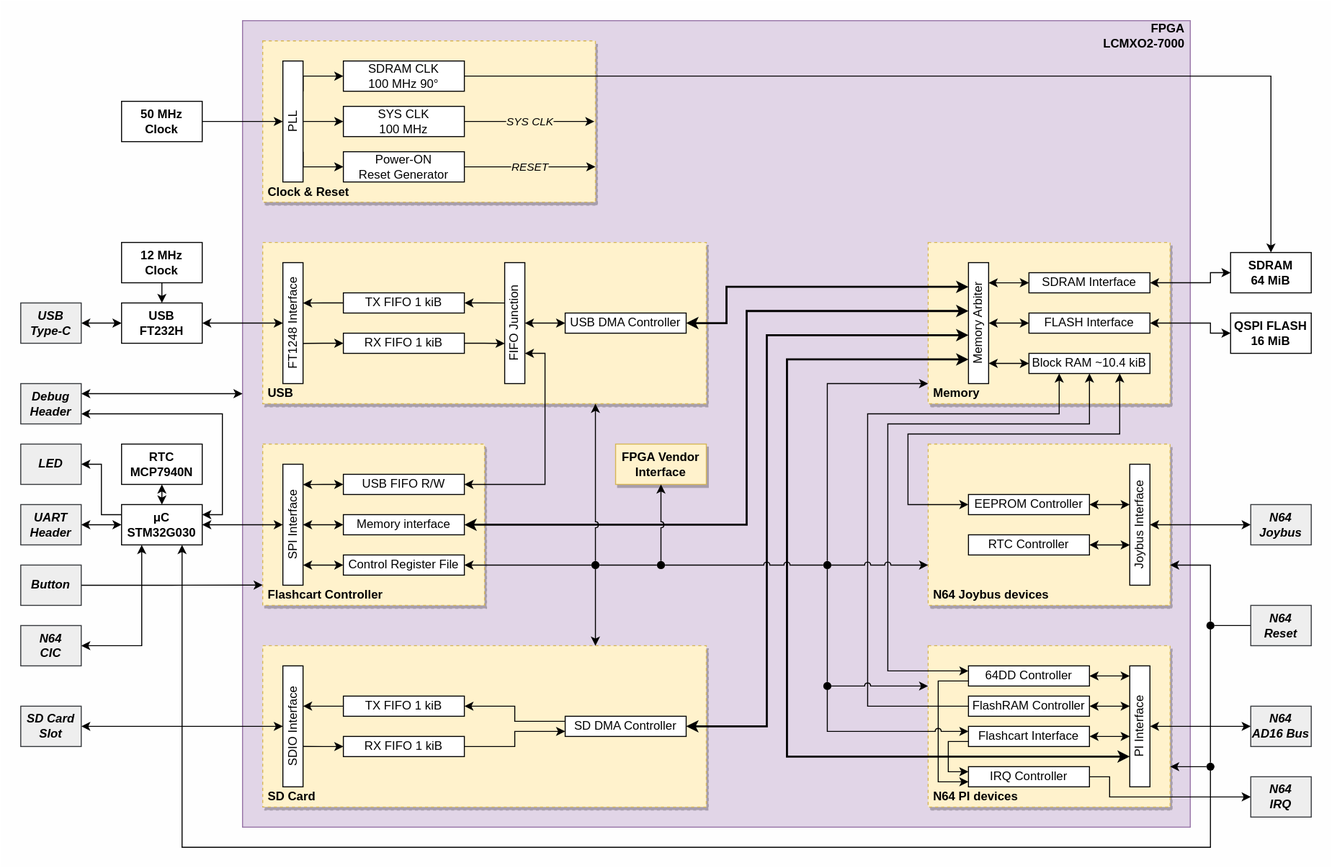
Before: assets/sc64_block_diagram.svg, a diagram exported from draw.io (Polprzewodnikowy/SummerCart64). Source tidied: cells renumbered, new cells last; positions are measured from the earlier drawing's top-left corner, leaving out a move shared by most shapes.
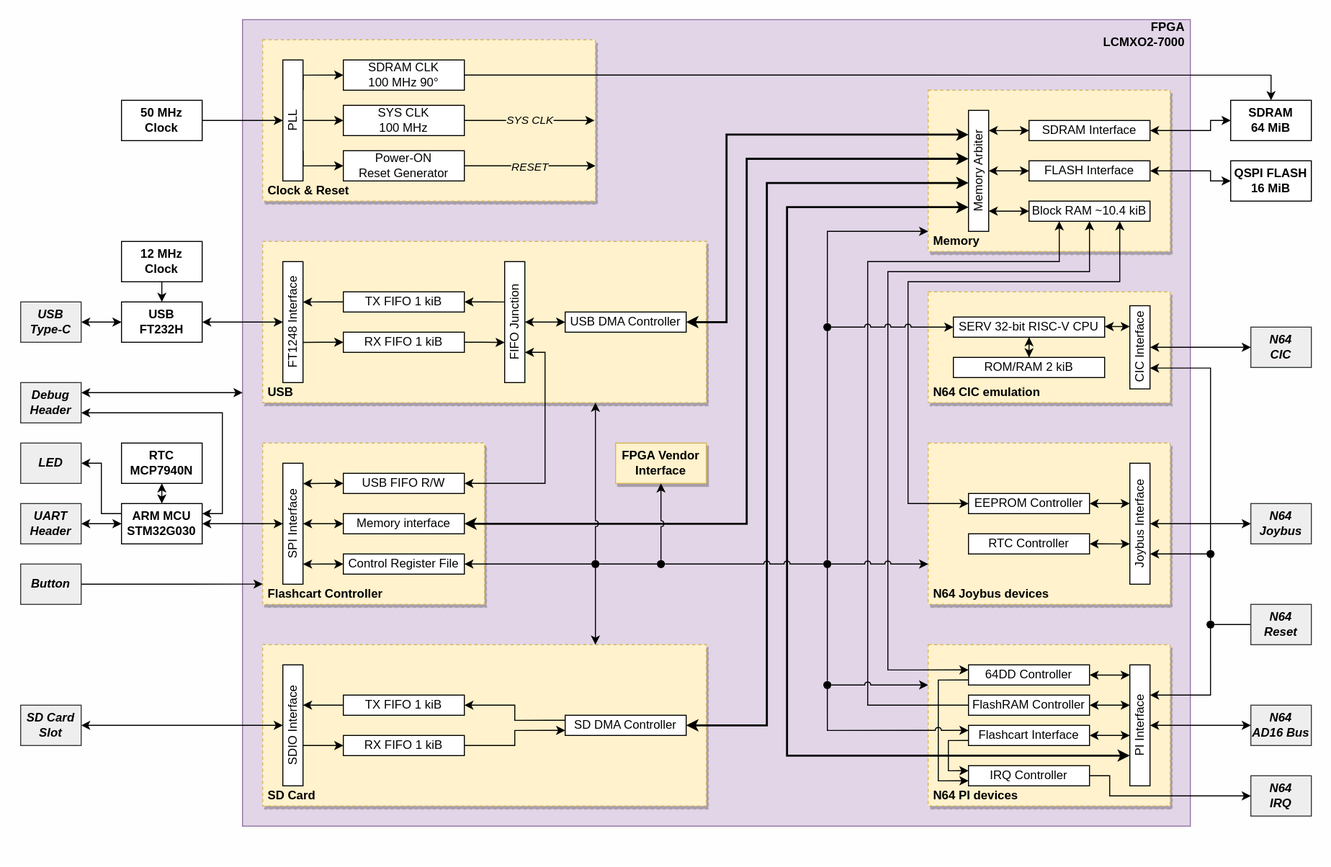
The same file after the commit.

Diff of the diagram source:
```diff
@@ -14,15 +14,11 @@
     <mxCell id="5" style="rounded=0;whiteSpace=wrap;html=1;dashed=1;shadow=1;glass=0;sketch=0;fillColor=#fff2cc;strokeColor=#d6b656;" parent="1" vertex="1">
       <mxGeometry x="920" y="440" width="240" height="160" as="geometry" />
     </mxCell>
-    <mxCell id="6" style="edgeStyle=orthogonalEdgeStyle;rounded=0;jettySize=auto;html=1;strokeColor=default;endArrow=none;endFill=0;entryX=0.5;entryY=0;entryDx=0;entryDy=0;exitX=0;exitY=0;exitDx=0;exitDy=0;startArrow=classic;startFill=1;jumpStyle=arc;" parent="1" edge="1" source="71" target="136">
-      <mxGeometry relative="1" as="geometry">
-        <Array as="points">
-          <mxPoint x="820" y="380" />
-        </Array>
-      </mxGeometry>
+    <mxCell id="6" style="edgeStyle=orthogonalEdgeStyle;rounded=0;jettySize=auto;html=1;strokeColor=default;endArrow=none;endFill=0;entryX=0.5;entryY=0;entryDx=0;entryDy=0;startArrow=none;startFill=0;jumpStyle=arc;exitX=0.5;exitY=1;exitDx=0;exitDy=0;" parent="1" edge="1" source="150" target="136">
+      <mxGeometry relative="1" as="geometry" />
     </mxCell>
     <mxCell id="7" style="rounded=0;whiteSpace=wrap;html=1;dashed=1;shadow=1;glass=0;sketch=0;fillColor=#fff2cc;strokeColor=#d6b656;" parent="1" vertex="1">
-      <mxGeometry x="920" y="240" width="240" height="160" as="geometry" />
+      <mxGeometry x="920" y="90" width="240" height="160" as="geometry" />
     </mxCell>
     <mxCell id="8" style="rounded=0;whiteSpace=wrap;html=1;dashed=1;shadow=1;glass=0;sketch=0;fillColor=#fff2cc;strokeColor=#d6b656;" parent="1" vertex="1">
       <mxGeometry x="260" y="640" width="440" height="160" as="geometry" />
@@ -55,7 +51,7 @@
       <mxGeometry relative="1" as="geometry">
         <Array as="points">
           <mxPoint x="740" y="520" />
-          <mxPoint x="740" y="308" />
+          <mxPoint x="740" y="158" />
         </Array>
       </mxGeometry>
     </mxCell>
@@ -102,7 +98,7 @@
       <mxGeometry relative="1" as="geometry">
         <Array as="points">
           <mxPoint x="720" y="320" />
-          <mxPoint x="720" y="284" />
+          <mxPoint x="720" y="134" />
         </Array>
       </mxGeometry>
     </mxCell>
@@ -137,7 +133,7 @@
       <mxGeometry relative="1" as="geometry">
         <Array as="points">
           <mxPoint x="760" y="720" />
-          <mxPoint x="760" y="332" />
+          <mxPoint x="760" y="182" />
         </Array>
       </mxGeometry>
     </mxCell>
@@ -165,10 +161,7 @@
     <mxCell id="49" style="edgeStyle=orthogonalEdgeStyle;rounded=0;jettySize=auto;html=1;exitX=0;exitY=0.5;exitDx=0;exitDy=0;entryX=1;entryY=0.5;entryDx=0;entryDy=0;startArrow=classic;startFill=1;endArrow=classic;endFill=1;" parent="1" edge="1" source="51" target="53">
       <mxGeometry relative="1" as="geometry" />
     </mxCell>
-    <mxCell id="50" style="edgeStyle=orthogonalEdgeStyle;rounded=0;jumpStyle=none;jettySize=auto;html=1;exitX=0.25;exitY=1;exitDx=0;exitDy=0;strokeWidth=1;startArrow=classic;startFill=1;endArrow=classic;endFill=1;entryX=1;entryY=0.5;entryDx=0;entryDy=0;" parent="1" edge="1" source="51" target="75">
-      <mxGeometry relative="1" as="geometry" />
-    </mxCell>
-    <mxCell id="51" value="&lt;div style=&quot;font-size: 12px;&quot;&gt;&lt;font face=&quot;sans-serif&quot; style=&quot;font-size: 12px;&quot;&gt;&lt;span style=&quot;font-size: 12px;&quot;&gt;μC&lt;/span&gt;&lt;/font&gt;&lt;/div&gt;&lt;div style=&quot;font-size: 12px;&quot;&gt;&lt;font face=&quot;sans-serif&quot; style=&quot;font-size: 12px;&quot;&gt;&lt;span style=&quot;font-size: 12px;&quot;&gt;STM32G030&lt;/span&gt;&lt;/font&gt;&lt;/div&gt;" style="rounded=0;whiteSpace=wrap;html=1;shadow=0;glass=0;sketch=0;fontStyle=1;align=center;fontSize=12;labelBackgroundColor=none;fontColor=default;" parent="1" vertex="1">
+    <mxCell id="51" value="&lt;div style=&quot;font-size: 12px;&quot;&gt;&lt;font face=&quot;sans-serif&quot; style=&quot;font-size: 12px;&quot;&gt;&lt;span style=&quot;font-size: 12px;&quot;&gt;ARM M&lt;/span&gt;&lt;/font&gt;&lt;span style=&quot;background-color: initial; font-family: sans-serif;&quot;&gt;CU&lt;/span&gt;&lt;/div&gt;&lt;div style=&quot;font-size: 12px;&quot;&gt;&lt;font face=&quot;sans-serif&quot; style=&quot;font-size: 12px;&quot;&gt;&lt;span style=&quot;font-size: 12px;&quot;&gt;STM32G030&lt;/span&gt;&lt;/font&gt;&lt;/div&gt;" style="rounded=0;whiteSpace=wrap;html=1;shadow=0;glass=0;sketch=0;fontStyle=1;align=center;fontSize=12;labelBackgroundColor=none;fontColor=default;" parent="1" vertex="1">
       <mxGeometry x="120" y="500" width="80" height="40" as="geometry" />
     </mxCell>
     <mxCell id="52" value="RTC&lt;br&gt;MCP7940N" style="rounded=0;whiteSpace=wrap;html=1;shadow=0;glass=0;sketch=0;fontStyle=1;" parent="1" vertex="1">
@@ -205,79 +198,73 @@
       <mxGeometry relative="1" as="geometry" />
     </mxCell>
     <mxCell id="63" value="FLASH Interface" style="rounded=0;whiteSpace=wrap;html=1;rotation=0;" parent="1" vertex="1">
-      <mxGeometry x="1020" y="310" width="120" height="20" as="geometry" />
+      <mxGeometry x="1020" y="160" width="120" height="20" as="geometry" />
     </mxCell>
     <mxCell id="64" value="SDRAM Interface" style="rounded=0;whiteSpace=wrap;html=1;rotation=0;" parent="1" vertex="1">
-      <mxGeometry x="1020" y="270" width="120" height="20" as="geometry" />
+      <mxGeometry x="1020" y="120" width="120" height="20" as="geometry" />
     </mxCell>
     <mxCell id="65" style="edgeStyle=orthogonalEdgeStyle;rounded=0;jettySize=auto;html=1;exitX=0;exitY=0.5;exitDx=0;exitDy=0;startArrow=classic;startFill=1;endArrow=classic;endFill=1;entryX=0.167;entryY=1;entryDx=0;entryDy=0;entryPerimeter=0;" parent="1" edge="1" source="66" target="73">
       <mxGeometry relative="1" as="geometry" />
     </mxCell>
     <mxCell id="66" value="Block RAM ~10.4 kiB" style="rounded=0;whiteSpace=wrap;html=1;rotation=0;" parent="1" vertex="1">
-      <mxGeometry x="1020" y="350" width="120" height="20" as="geometry" />
+      <mxGeometry x="1020" y="200" width="120" height="20" as="geometry" />
     </mxCell>
     <mxCell id="67" style="edgeStyle=orthogonalEdgeStyle;rounded=0;jettySize=auto;html=1;exitX=0;exitY=0.5;exitDx=0;exitDy=0;entryX=1;entryY=0.5;entryDx=0;entryDy=0;startArrow=classic;startFill=1;endArrow=classic;endFill=1;" parent="1" edge="1" source="68" target="64">
       <mxGeometry relative="1" as="geometry">
         <Array as="points">
-          <mxPoint x="1200" y="270" />
-          <mxPoint x="1200" y="280" />
+          <mxPoint x="1200" y="120" />
+          <mxPoint x="1200" y="130" />
         </Array>
       </mxGeometry>
     </mxCell>
     <mxCell id="68" value="SDRAM&lt;br&gt;64 MiB" style="rounded=0;whiteSpace=wrap;html=1;shadow=0;glass=0;sketch=0;fontStyle=1;" parent="1" vertex="1">
-      <mxGeometry x="1220" y="250" width="80" height="40" as="geometry" />
+      <mxGeometry x="1220" y="100" width="80" height="40" as="geometry" />
     </mxCell>
     <mxCell id="69" style="edgeStyle=orthogonalEdgeStyle;rounded=0;jettySize=auto;html=1;exitX=0;exitY=0.5;exitDx=0;exitDy=0;entryX=1;entryY=0.5;entryDx=0;entryDy=0;startArrow=classic;startFill=1;endArrow=classic;endFill=1;" parent="1" edge="1" source="70" target="63">
       <mxGeometry relative="1" as="geometry">
         <Array as="points">
-          <mxPoint x="1200" y="330" />
-          <mxPoint x="1200" y="320" />
+          <mxPoint x="1200" y="180" />
+          <mxPoint x="1200" y="170" />
         </Array>
       </mxGeometry>
     </mxCell>
     <mxCell id="70" value="QSPI FLASH&lt;br&gt;16 MiB" style="rounded=0;whiteSpace=wrap;html=1;shadow=0;glass=0;sketch=0;fontStyle=1;" parent="1" vertex="1">
-      <mxGeometry x="1220" y="310" width="80" height="40" as="geometry" />
+      <mxGeometry x="1220" y="160" width="80" height="40" as="geometry" />
     </mxCell>
     <mxCell id="71" value="&lt;b&gt;&amp;nbsp;Memory&lt;/b&gt;" style="text;html=1;strokeColor=none;fillColor=none;align=left;verticalAlign=middle;whiteSpace=wrap;rounded=0;shadow=0;glass=0;sketch=0;" parent="1" vertex="1">
-      <mxGeometry x="920" y="380" width="60" height="20" as="geometry" />
+      <mxGeometry x="920" y="230" width="60" height="20" as="geometry" />
     </mxCell>
     <mxCell id="72" style="edgeStyle=orthogonalEdgeStyle;rounded=0;jumpStyle=none;jettySize=auto;html=1;exitX=0.2;exitY=0;exitDx=0;exitDy=0;exitPerimeter=0;entryX=0.25;entryY=0;entryDx=0;entryDy=0;strokeWidth=2;startArrow=classic;startFill=1;endArrow=classic;endFill=1;" parent="1" edge="1" source="73" target="87">
       <mxGeometry relative="1" as="geometry">
         <Array as="points">
-          <mxPoint x="780" y="356" />
+          <mxPoint x="780" y="206" />
           <mxPoint x="780" y="750" />
         </Array>
       </mxGeometry>
     </mxCell>
     <mxCell id="73" value="Memory Arbiter" style="rounded=0;whiteSpace=wrap;html=1;rotation=-90;points=[[0,0,0,0,0],[0,0.25,0,0,0],[0,0.5,0,0,0],[0,0.75,0,0,0],[0,1,0,0,0],[0.2,0,0,0,0],[0.25,1,0,0,0],[0.4,0,0,0,0],[0.5,1,0,0,0],[0.6,0,0,0,0],[0.75,1,0,0,0],[0.8,0,0,0,0],[1,0,0,0,0],[1,0.25,0,0,0],[1,0.5,0,0,0],[1,0.75,0,0,0],[1,1,0,0,0]];" parent="1" vertex="1">
-      <mxGeometry x="910" y="310" width="120" height="20" as="geometry" />
+      <mxGeometry x="910" y="160" width="120" height="20" as="geometry" />
     </mxCell>
     <mxCell id="74" value="&lt;b&gt;FPGA Vendor Interface&lt;/b&gt;" style="rounded=0;whiteSpace=wrap;html=1;rotation=0;fillColor=#fff2cc;strokeColor=#d6b656;shadow=1;" parent="1" vertex="1">
       <mxGeometry x="610" y="440" width="90" height="40" as="geometry" />
     </mxCell>
     <mxCell id="75" value="&lt;b&gt;&lt;i&gt;N64&lt;br&gt;CIC&lt;br&gt;&lt;/i&gt;&lt;/b&gt;" style="rounded=0;whiteSpace=wrap;html=1;rotation=0;fillColor=#eeeeee;strokeColor=#36393d;" parent="1" vertex="1">
-      <mxGeometry x="20" y="620" width="60" height="40" as="geometry" />
+      <mxGeometry x="1240" y="325" width="60" height="40" as="geometry" />
     </mxCell>
-    <mxCell id="76" style="edgeStyle=orthogonalEdgeStyle;rounded=0;jumpStyle=none;jettySize=auto;html=1;exitX=0;exitY=0.5;exitDx=0;exitDy=0;entryX=1;entryY=0.75;entryDx=0;entryDy=0;strokeWidth=1;startArrow=none;startFill=0;endArrow=classic;endFill=1;" parent="1" edge="1" source="142">
+    <mxCell id="76" style="edgeStyle=orthogonalEdgeStyle;rounded=0;jumpStyle=none;jettySize=auto;html=1;exitX=0.5;exitY=1;exitDx=0;exitDy=0;entryX=0.75;entryY=1;entryDx=0;entryDy=0;strokeWidth=1;startArrow=none;startFill=0;endArrow=classic;endFill=1;" parent="1" edge="1" source="141" target="87">
       <mxGeometry relative="1" as="geometry">
-        <mxPoint x="1160" y="760" as="targetPoint" />
+        <Array as="points">
+          <mxPoint x="1200" y="690" />
+        </Array>
       </mxGeometry>
     </mxCell>
-    <mxCell id="77" style="edgeStyle=orthogonalEdgeStyle;rounded=0;jumpStyle=none;jettySize=auto;html=1;exitX=0.5;exitY=0;exitDx=0;exitDy=0;entryX=1;entryY=0.75;entryDx=0;entryDy=0;strokeWidth=1;startArrow=none;startFill=0;endArrow=classic;endFill=1;" parent="1" edge="1" source="141" target="5">
+    <mxCell id="77" style="edgeStyle=orthogonalEdgeStyle;rounded=0;jumpStyle=none;jettySize=auto;html=1;exitX=0;exitY=0.5;exitDx=0;exitDy=0;entryX=0.25;entryY=1;entryDx=0;entryDy=0;strokeWidth=1;startArrow=none;startFill=0;endArrow=classic;endFill=1;" parent="1" edge="1" source="146" target="88">
       <mxGeometry relative="1" as="geometry">
         <Array as="points">
-          <mxPoint x="1200" y="560" />
+          <mxPoint x="1196" y="550" />
         </Array>
       </mxGeometry>
     </mxCell>
-    <mxCell id="78" style="edgeStyle=orthogonalEdgeStyle;rounded=0;jumpStyle=none;jettySize=auto;html=1;exitX=0.5;exitY=1;exitDx=0;exitDy=0;strokeWidth=1;startArrow=none;startFill=0;endArrow=classic;endFill=1;entryX=0.75;entryY=1;entryDx=0;entryDy=0;" parent="1" edge="1" source="142" target="51">
-      <mxGeometry relative="1" as="geometry">
-        <Array as="points">
-          <mxPoint x="1200" y="840" />
-          <mxPoint x="180" y="840" />
-        </Array>
-      </mxGeometry>
-    </mxCell>
     <mxCell id="79" style="edgeStyle=orthogonalEdgeStyle;rounded=0;jumpStyle=none;jettySize=auto;html=1;strokeColor=default;startArrow=none;startFill=0;endArrow=none;endFill=0;" parent="1" edge="1" source="80" target="141">
       <mxGeometry relative="1" as="geometry" />
     </mxCell>
@@ -317,8 +304,8 @@
       <mxGeometry relative="1" as="geometry">
         <Array as="points">
           <mxPoint x="900" y="500" />
-          <mxPoint x="900" y="430" />
-          <mxPoint x="1110" y="430" />
+          <mxPoint x="900" y="280" />
+          <mxPoint x="1110" y="280" />
         </Array>
       </mxGeometry>
     </mxCell>
@@ -335,8 +322,8 @@
       <mxGeometry relative="1" as="geometry">
         <Array as="points">
           <mxPoint x="880" y="665" />
-          <mxPoint x="880" y="420" />
-          <mxPoint x="1080" y="420" />
+          <mxPoint x="880" y="270" />
+          <mxPoint x="1080" y="270" />
         </Array>
       </mxGeometry>
     </mxCell>
@@ -355,8 +342,8 @@
       <mxGeometry relative="1" as="geometry">
         <Array as="points">
           <mxPoint x="860" y="700" />
-          <mxPoint x="860" y="410" />
-          <mxPoint x="1050" y="410" />
+          <mxPoint x="860" y="260" />
+          <mxPoint x="1050" y="260" />
         </Array>
       </mxGeometry>
     </mxCell>
@@ -501,6 +488,9 @@
     <mxCell id="131" style="edgeStyle=orthogonalEdgeStyle;rounded=0;jettySize=auto;html=1;exitX=0.5;exitY=0;exitDx=0;exitDy=0;entryX=0.5;entryY=1;entryDx=0;entryDy=0;strokeColor=default;endArrow=classic;endFill=1;jumpStyle=arc;" parent="1" edge="1" source="133" target="74">
       <mxGeometry relative="1" as="geometry" />
     </mxCell>
+    <mxCell id="143" style="rounded=0;whiteSpace=wrap;html=1;dashed=1;shadow=1;glass=0;sketch=0;fillColor=#fff2cc;strokeColor=#d6b656;" parent="1" vertex="1">
+      <mxGeometry x="920" y="290" width="240" height="110" as="geometry" />
+    </mxCell>
     <mxCell id="132" style="edgeStyle=orthogonalEdgeStyle;rounded=0;jettySize=auto;html=1;exitX=1;exitY=0.5;exitDx=0;exitDy=0;entryX=0;entryY=0.5;entryDx=0;entryDy=0;strokeColor=default;endArrow=none;endFill=0;jumpStyle=arc;" parent="1" edge="1" source="133" target="136">
       <mxGeometry relative="1" as="geometry" />
     </mxCell>
@@ -525,14 +515,59 @@
     <mxCell id="139" style="ellipse;whiteSpace=wrap;html=1;strokeColor=none;fillColor=#000000;fillStyle=solid;" parent="1" vertex="1">
       <mxGeometry x="816" y="676" width="8" height="8" as="geometry" />
     </mxCell>
-    <mxCell id="140" style="edgeStyle=orthogonalEdgeStyle;rounded=0;jumpStyle=none;jettySize=auto;html=1;exitX=0.5;exitY=1;exitDx=0;exitDy=0;entryX=0.5;entryY=0;entryDx=0;entryDy=0;strokeColor=default;startArrow=none;startFill=0;endArrow=none;endFill=0;" parent="1" edge="1" source="141" target="142">
-      <mxGeometry relative="1" as="geometry" />
-    </mxCell>
     <mxCell id="141" style="ellipse;whiteSpace=wrap;html=1;strokeColor=none;fillColor=#000000;fillStyle=solid;" parent="1" vertex="1">
       <mxGeometry x="1196" y="616" width="8" height="8" as="geometry" />
     </mxCell>
-    <mxCell id="142" style="ellipse;whiteSpace=wrap;html=1;strokeColor=none;fillColor=#000000;fillStyle=solid;" parent="1" vertex="1">
-      <mxGeometry x="1196" y="756" width="8" height="8" as="geometry" />
-    </mxCell>
+    <mxCell id="144" value="&lt;b&gt;&amp;nbsp;N64 CIC emulation&lt;br&gt;&lt;/b&gt;" style="text;html=1;strokeColor=none;fillColor=none;align=left;verticalAlign=middle;whiteSpace=wrap;rounded=0;shadow=0;glass=0;sketch=0;" parent="1" vertex="1">
+      <mxGeometry x="920" y="380" width="120" height="20" as="geometry" />
+    </mxCell>
+    <mxCell id="145" style="edgeStyle=orthogonalEdgeStyle;rounded=0;jumpStyle=none;jettySize=auto;html=1;exitX=0.5;exitY=0;exitDx=0;exitDy=0;entryX=0.5;entryY=1;entryDx=0;entryDy=0;strokeWidth=1;startArrow=none;startFill=0;endArrow=none;endFill=0;" parent="1" edge="1" source="141" target="146">
+      <mxGeometry relative="1" as="geometry" />
+    </mxCell>
+    <mxCell id="146" style="ellipse;whiteSpace=wrap;html=1;strokeColor=none;fillColor=#000000;fillStyle=solid;" parent="1" vertex="1">
+      <mxGeometry x="1196" y="546" width="8" height="8" as="geometry" />
+    </mxCell>
+    <mxCell id="147" value="CIC&amp;nbsp;Interface" style="rounded=0;whiteSpace=wrap;html=1;rotation=-90;" parent="1" vertex="1">
+      <mxGeometry x="1088.8" y="335" width="82.5" height="20" as="geometry" />
+    </mxCell>
+    <mxCell id="148" style="edgeStyle=orthogonalEdgeStyle;rounded=0;jumpStyle=none;jettySize=auto;html=1;exitX=0.5;exitY=0;exitDx=0;exitDy=0;entryX=0.25;entryY=1;entryDx=0;entryDy=0;strokeWidth=1;startArrow=none;startFill=0;endArrow=classic;endFill=1;" parent="1" edge="1" source="146" target="147">
+      <mxGeometry relative="1" as="geometry">
+        <Array as="points">
+          <mxPoint x="1200" y="366" />
+        </Array>
+      </mxGeometry>
+    </mxCell>
+    <mxCell id="50" style="edgeStyle=orthogonalEdgeStyle;rounded=0;jumpStyle=none;jettySize=auto;html=1;strokeWidth=1;startArrow=classic;startFill=1;endArrow=classic;endFill=1;entryX=0;entryY=0.5;entryDx=0;entryDy=0;exitX=0.5;exitY=1;exitDx=0;exitDy=0;" parent="1" edge="1" source="147" target="75">
+      <mxGeometry relative="1" as="geometry" />
+    </mxCell>
+    <mxCell id="149" style="edgeStyle=orthogonalEdgeStyle;rounded=0;jettySize=auto;html=1;strokeColor=default;endArrow=none;endFill=0;entryX=0.5;entryY=0;entryDx=0;entryDy=0;startArrow=classic;startFill=1;jumpStyle=arc;exitX=0;exitY=0;exitDx=0;exitDy=0;" parent="1" edge="1" source="71" target="150">
+      <mxGeometry relative="1" as="geometry">
+        <Array as="points">
+          <mxPoint x="820" y="230" />
+        </Array>
+      </mxGeometry>
+    </mxCell>
+    <mxCell id="150" style="ellipse;whiteSpace=wrap;html=1;strokeColor=none;fillColor=#000000;fillStyle=solid;" parent="1" vertex="1">
+      <mxGeometry x="816" y="321" width="8" height="8" as="geometry" />
+    </mxCell>
+    <mxCell id="151" style="edgeStyle=orthogonalEdgeStyle;rounded=0;jettySize=auto;html=1;strokeColor=default;endArrow=none;endFill=0;entryX=1;entryY=0.5;entryDx=0;entryDy=0;startArrow=classic;startFill=1;jumpStyle=arc;exitX=0;exitY=0.5;exitDx=0;exitDy=0;" parent="1" edge="1" source="153" target="150">
+      <mxGeometry relative="1" as="geometry" />
+    </mxCell>
+    <mxCell id="152" style="edgeStyle=orthogonalEdgeStyle;rounded=0;jettySize=auto;html=1;entryX=0.75;entryY=0;entryDx=0;entryDy=0;startArrow=classic;startFill=1;" parent="1" edge="1" source="153" target="147">
+      <mxGeometry relative="1" as="geometry">
+        <Array as="points">
+          <mxPoint x="1120" y="325" />
+        </Array>
+      </mxGeometry>
+    </mxCell>
+    <mxCell id="153" value="SERV 32-bit RISC-V CPU" style="rounded=0;whiteSpace=wrap;html=1;rotation=0;" parent="1" vertex="1">
+      <mxGeometry x="945" y="315" width="150" height="20" as="geometry" />
+    </mxCell>
+    <mxCell id="154" style="edgeStyle=orthogonalEdgeStyle;rounded=0;jettySize=auto;html=1;startArrow=classic;startFill=1;" parent="1" edge="1" source="155" target="153">
+      <mxGeometry relative="1" as="geometry" />
+    </mxCell>
+    <mxCell id="155" value="ROM/RAM 2 kiB" style="rounded=0;whiteSpace=wrap;html=1;rotation=0;" parent="1" vertex="1">
+      <mxGeometry x="945" y="355" width="150" height="20" as="geometry" />
+    </mxCell>
   </root>
 </mxGraphModel>
```
